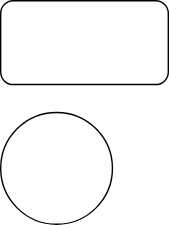
Before: 04-管理杂记/drawio_assets/test.svg, a diagram exported from draw.io (ibbcall/ibbcall.github.io). Source tidied: cells renumbered, new cells last; positions are measured from the earlier drawing's top-left corner, leaving out a move shared by most shapes. The source it was exported from:
```xml
<mxGraphModel>
  <root>
    <mxCell id="0" />
    <mxCell id="1" parent="0" />
    <mxCell id="2" style="rounded=1;whiteSpace=wrap;html=1;" parent="1" vertex="1">
      <mxGeometry width="120" height="60" as="geometry" />
    </mxCell>
    <mxCell id="3" style="ellipse;whiteSpace=wrap;html=1;" parent="1" vertex="1">
      <mxGeometry y="80" width="80" height="80" as="geometry" />
    </mxCell>
  </root>
</mxGraphModel>
```
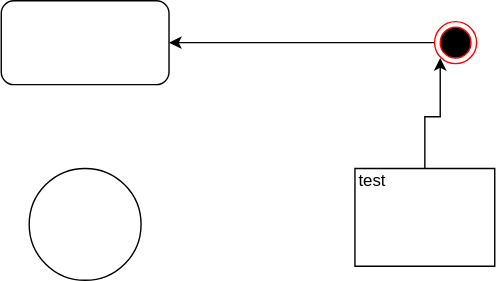
The same file after the commit.

The edit, as a diff of the source:
```diff
@@ -3,10 +3,22 @@
     <mxCell id="0" />
     <mxCell id="1" parent="0" />
     <mxCell id="2" style="rounded=1;whiteSpace=wrap;html=1;" parent="1" vertex="1">
-      <mxGeometry width="120" height="60" as="geometry" />
+      <mxGeometry x="-10" y="-60" width="120" height="60" as="geometry" />
     </mxCell>
     <mxCell id="3" style="ellipse;whiteSpace=wrap;html=1;" parent="1" vertex="1">
-      <mxGeometry y="80" width="80" height="80" as="geometry" />
+      <mxGeometry x="10" y="60" width="80" height="80" as="geometry" />
     </mxCell>
+    <mxCell id="4" style="edgeStyle=orthogonalEdgeStyle;rounded=0;jettySize=auto;html=1;entryX=1;entryY=0.5;entryDx=0;entryDy=0;" parent="1" edge="1" source="5" target="2">
+      <mxGeometry relative="1" as="geometry" />
+    </mxCell>
+    <mxCell id="5" style="ellipse;html=1;shape=endState;fillColor=#000000;strokeColor=#ff0000;" parent="1" vertex="1">
+      <mxGeometry x="300" y="-45" width="30" height="30" as="geometry" />
+    </mxCell>
+    <mxCell id="6" style="edgeStyle=orthogonalEdgeStyle;rounded=0;jettySize=auto;html=1;entryX=0;entryY=1;entryDx=0;entryDy=0;" parent="1" edge="1" source="7" target="5">
+      <mxGeometry relative="1" as="geometry" />
+    </mxCell>
+    <mxCell id="7" value="test&lt;br&gt;&lt;br&gt;" style="shape=note;whiteSpace=wrap;html=1;size=0;verticalAlign=top;align=left;spacingTop=-6;" parent="1" vertex="1">
+      <mxGeometry x="243" y="60" width="100" height="70" as="geometry" />
+    </mxCell>
   </root>
 </mxGraphModel>
```
